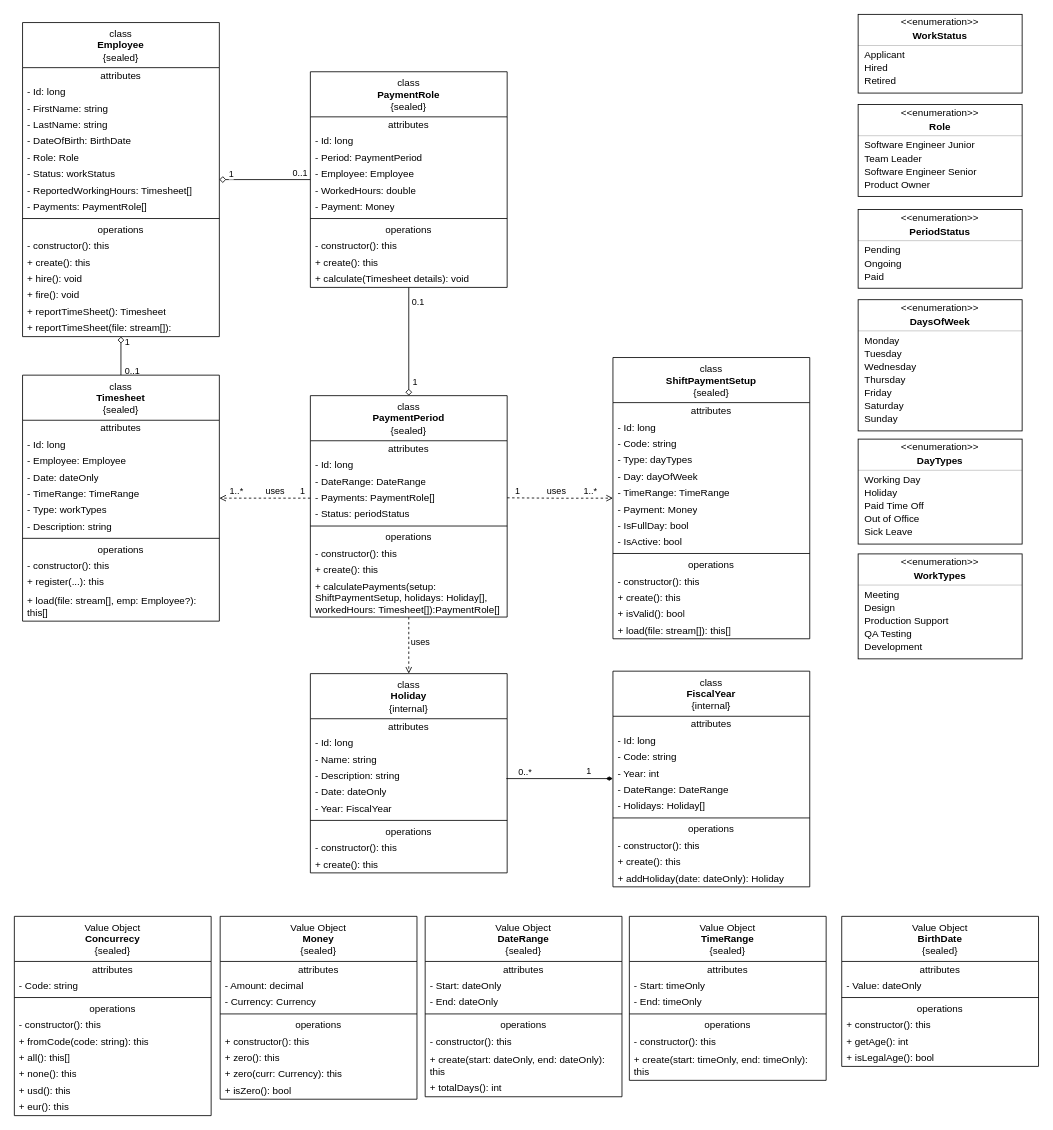
Earlier version of the draw.io diagram docs/diagrams/PaymentRole-app.drawio (rsmacias/PaymentCalculator). Source tidied: cells renumbered, new cells numbered last; positions are measured from the earlier drawing's top-left corner, leaving out a move shared by most shapes. Both pictures are drawn from the tidied source at 82%, with x=0, y=0 at pixel (14, 14).
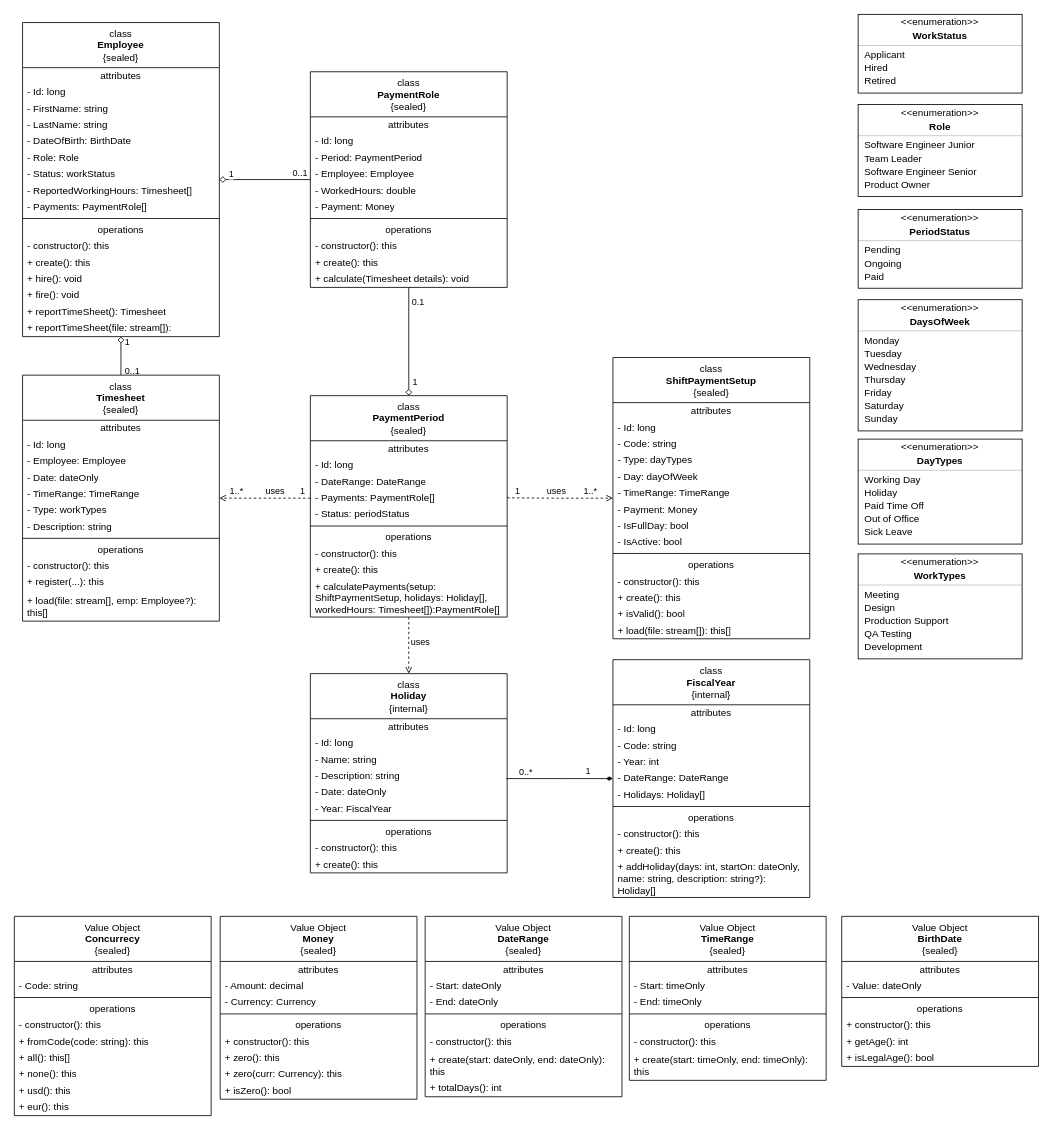
The same diagram, later.

Commit message (it also covers changes not shown here):
refactor(domain): added the behaviors for the holiday creation.

The edit, as a diff of the source:
```diff
@@
     <mxCell id="173" value="class&lt;br&gt;&lt;b&gt;FiscalYear&lt;/b&gt;&lt;br&gt;{internal}" style="swimlane;fontStyle=0;align=center;verticalAlign=top;horizontal=1;startSize=55;html=1;whiteSpace=wrap;" parent="1" vertex="1">
-      <mxGeometry x="730" y="801" width="240" height="263" as="geometry" />
+      <mxGeometry x="730" y="787" width="240" height="290" as="geometry" />
     </mxCell>
@@
-    <mxCell id="184" value="+ addHoliday(date: dateOnly): Holiday" style="text;html=1;strokeColor=none;fillColor=none;align=left;verticalAlign=middle;spacingLeft=4;spacingRight=4;overflow=hidden;whiteSpace=wrap;" parent="173" vertex="1">
-      <mxGeometry y="243" width="240" height="20" as="geometry" />
+    <mxCell id="184" value="+ addHoliday(days: int, startOn: dateOnly, name: string, description: string?): Holiday[]" style="text;html=1;strokeColor=none;fillColor=none;align=left;verticalAlign=middle;spacingLeft=4;spacingRight=4;overflow=hidden;whiteSpace=wrap;" parent="173" vertex="1">
+      <mxGeometry y="243" width="240" height="47" as="geometry" />
     </mxCell>
```
